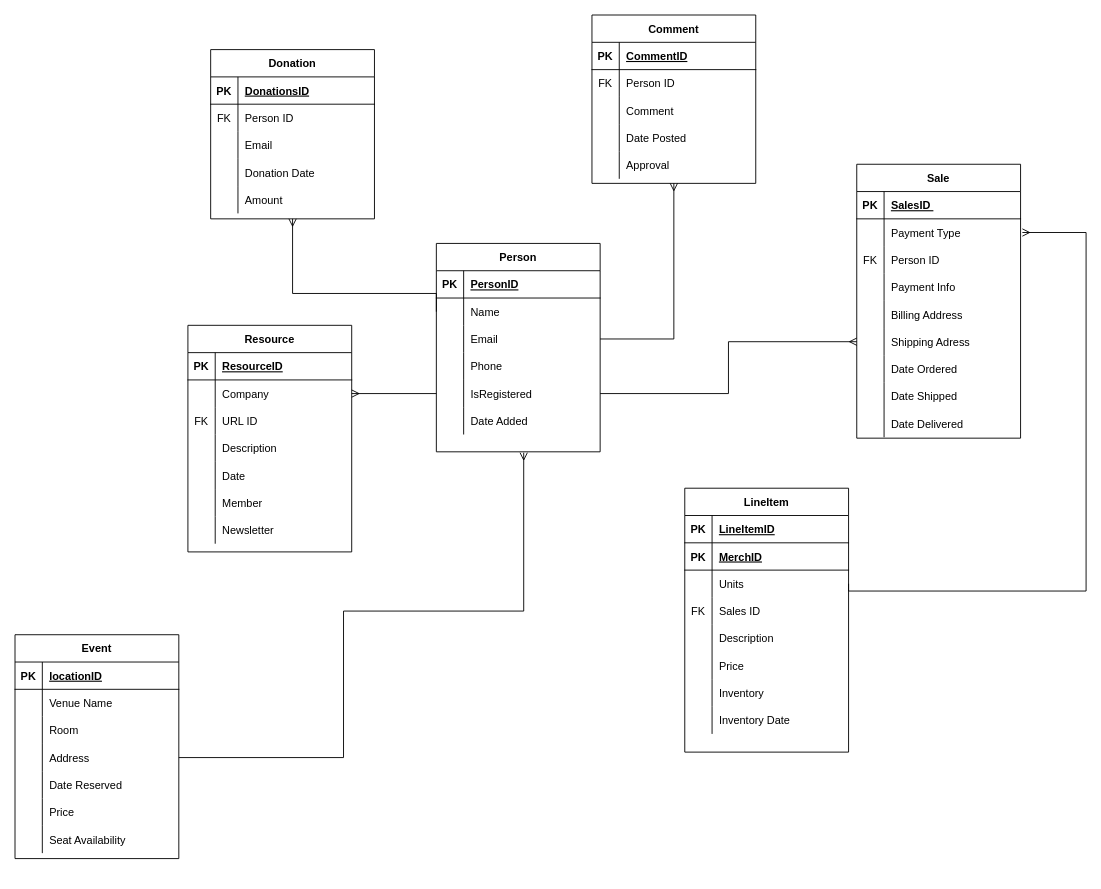
Above: Climate Change Draft .drawio in SemharGezai/Database- (draw.io), before the change. Source tidied: cells renumbered, new cells numbered last; positions are measured from the earlier drawing's top-left corner, leaving out a move shared by most shapes. Both pictures are drawn from the tidied source at 91%, with x=0, y=0 at pixel (15, 15).
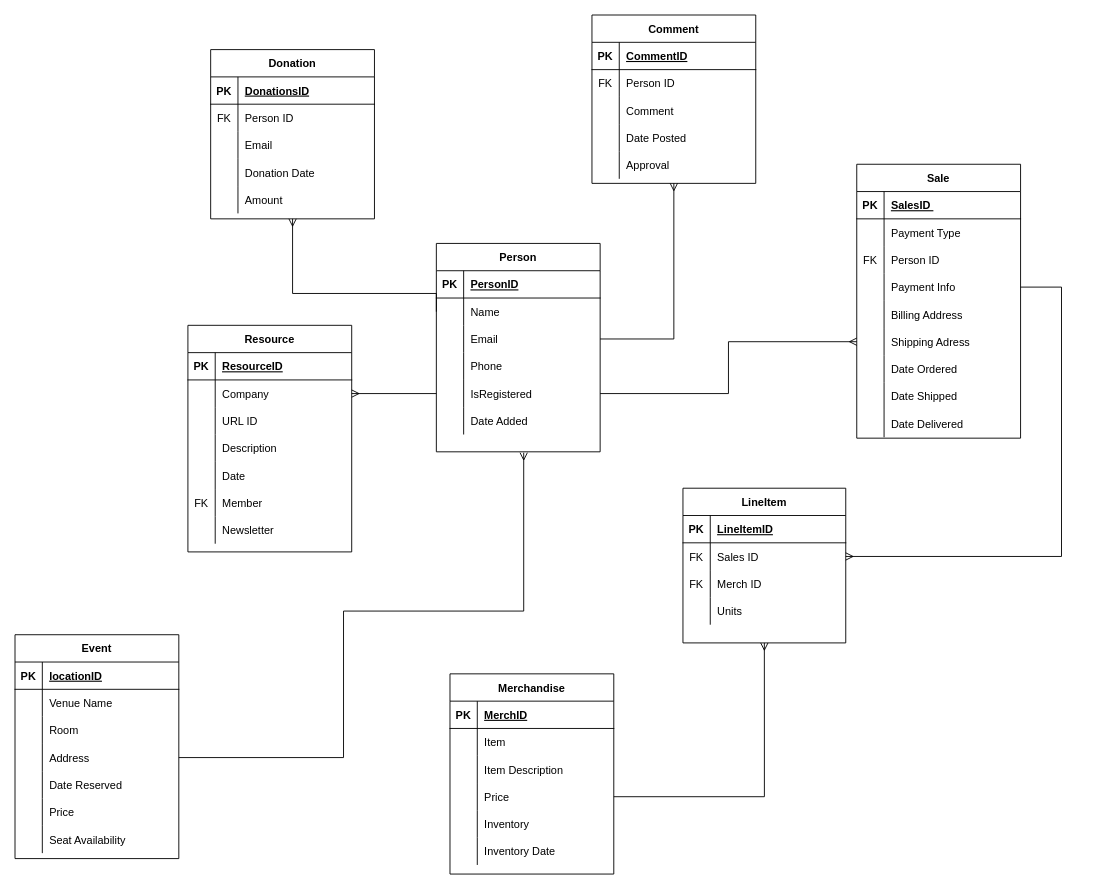
After the change.

The change refers to these unchanged cells:
```xml
<mxCell id="12" style="shape=tableRow;horizontal=0;startSize=0;swimlaneHead=0;swimlaneBody=0;fillColor=none;points=[[0,0.5],[1,0.5]];portConstraint=eastwest;top=0;left=0;right=0;bottom=0;strokeWidth=1;" parent="2" vertex="1">
  <mxGeometry y="120" width="180" height="30" as="geometry" />
</mxCell>
<mxCell id="18" style="shape=tableRow;horizontal=0;startSize=0;swimlaneHead=0;swimlaneBody=0;fillColor=none;points=[[0,0.5],[1,0.5]];portConstraint=eastwest;top=0;left=0;right=0;bottom=0;" parent="2" vertex="1">
  <mxGeometry y="180" width="180" height="30" as="geometry" />
</mxCell>
<mxCell id="34" style="shape=tableRow;horizontal=0;startSize=0;swimlaneHead=0;swimlaneBody=0;fillColor=none;points=[[0,0.5],[1,0.5]];portConstraint=eastwest;top=0;left=0;right=0;bottom=0;strokeWidth=1;" parent="30" vertex="1">
  <mxGeometry y="60" width="180" height="30" as="geometry" />
</mxCell>
<mxCell id="37" style="shape=tableRow;horizontal=0;startSize=0;swimlaneHead=0;swimlaneBody=0;fillColor=none;points=[[0,0.5],[1,0.5]];portConstraint=eastwest;top=0;left=0;right=0;bottom=0;strokeWidth=1;" parent="30" vertex="1">
  <mxGeometry y="90" width="180" height="30" as="geometry" />
</mxCell>
<mxCell id="43" style="shape=tableRow;horizontal=0;startSize=0;swimlaneHead=0;swimlaneBody=0;fillColor=none;points=[[0,0.5],[1,0.5]];portConstraint=eastwest;top=0;left=0;right=0;bottom=0;" parent="30" vertex="1">
  <mxGeometry y="150" width="180" height="30" as="geometry" />
</mxCell>
<mxCell id="49" value="Donation" style="shape=table;startSize=30;childLayout=tableLayout;rowLines=0;fontStyle=1;align=center;strokeWidth=1;" parent="1" vertex="1">
  <mxGeometry x="215" y="38" width="180" height="186" as="geometry" />
</mxCell>
<mxCell id="65" value="Comment" style="shape=table;startSize=30;childLayout=tableLayout;rowLines=0;fontStyle=1;align=center;strokeWidth=1;" parent="1" vertex="1">
  <mxGeometry x="634" width="180" height="185" as="geometry" />
</mxCell>
<mxCell id="85" style="shape=tableRow;horizontal=0;startSize=0;swimlaneHead=0;swimlaneBody=0;fillColor=none;points=[[0,0.5],[1,0.5]];portConstraint=eastwest;top=0;left=0;right=0;bottom=0;strokeWidth=1;" parent="81" vertex="1">
  <mxGeometry y="60" width="180" height="30" as="geometry" />
</mxCell>
<mxCell id="88" style="shape=tableRow;horizontal=0;startSize=0;swimlaneHead=0;swimlaneBody=0;fillColor=none;top=0;left=0;right=0;bottom=0;strokeWidth=1;" parent="81" vertex="1">
  <mxGeometry y="90" width="180" height="30" as="geometry" />
</mxCell>
<mxCell id="97" style="shape=tableRow;horizontal=0;startSize=0;swimlaneHead=0;swimlaneBody=0;fillColor=none;top=0;left=0;right=0;bottom=0;" parent="81" vertex="1">
  <mxGeometry y="180" width="180" height="30" as="geometry" />
</mxCell>
<mxCell id="113" style="shape=tableRow;horizontal=0;startSize=0;swimlaneHead=0;swimlaneBody=0;fillColor=none;points=[[0,0.5],[1,0.5]];portConstraint=eastwest;top=0;left=0;right=0;bottom=0;strokeWidth=1;" parent="103" vertex="1">
  <mxGeometry y="120" width="180" height="30" as="geometry" />
</mxCell>
```

The edit, as a diff of the source:
```diff
@@
-    <mxCell id="89" value="FK" style="shape=partialRectangle;fillColor=none;top=0;left=0;bottom=0;right=0;overflow=hidden;strokeWidth=1;" parent="88" vertex="1">
+    <mxCell id="89" style="shape=partialRectangle;fillColor=none;top=0;left=0;bottom=0;right=0;overflow=hidden;strokeWidth=1;" parent="88" vertex="1">
       <mxGeometry width="30" height="30" as="geometry" />
     </mxCell>
@@
-    <mxCell id="98" style="shape=partialRectangle;fillColor=none;top=0;left=0;bottom=0;right=0;overflow=hidden;" parent="97" vertex="1">
+    <mxCell id="98" value="FK" style="shape=partialRectangle;fillColor=none;top=0;left=0;bottom=0;right=0;overflow=hidden;" parent="97" vertex="1">
       <mxGeometry width="30" height="30" as="geometry" />
     </mxCell>
@@
     <mxCell id="125" value="LineItem" style="shape=table;startSize=30;childLayout=tableLayout;rowLines=0;fontStyle=1;align=center;strokeWidth=1;" parent="1" vertex="1">
-      <mxGeometry x="736" y="520" width="180" height="290" as="geometry" />
+      <mxGeometry x="734" y="520" width="178.9" height="170" as="geometry" />
     </mxCell>
     <mxCell id="126" style="shape=tableRow;horizontal=0;startSize=0;swimlaneHead=0;swimlaneBody=0;fillColor=none;top=0;left=0;right=0;bottom=1;strokeWidth=1;" parent="125" vertex="1">
-      <mxGeometry y="30" width="180" height="30" as="geometry" />
+      <mxGeometry y="30" width="178.9" height="30" as="geometry" />
     </mxCell>
@@
     <mxCell id="128" value="LineItemID" style="shape=partialRectangle;fillColor=none;top=0;left=0;bottom=0;right=0;align=left;spacingLeft=6;fontStyle=5;overflow=hidden;strokeWidth=1;" parent="126" vertex="1">
-      <mxGeometry x="30" width="150" height="30" as="geometry" />
+      <mxGeometry x="30" width="148.9" height="30" as="geometry" />
     </mxCell>
-    <mxCell id="129" style="shape=tableRow;horizontal=0;startSize=0;swimlaneHead=0;swimlaneBody=0;fillColor=none;top=0;left=0;right=0;bottom=1;strokeWidth=1;" parent="125" vertex="1">
-      <mxGeometry y="60" width="180" height="30" as="geometry" />
-    </mxCell>
-    <mxCell id="130" value="PK" style="shape=partialRectangle;fillColor=none;top=0;left=0;bottom=0;right=0;fontStyle=1;overflow=hidden;strokeWidth=1;" parent="129" vertex="1">
-      <mxGeometry width="30" height="30" as="geometry" />
-    </mxCell>
-    <mxCell id="131" value="MerchID" style="shape=partialRectangle;fillColor=none;top=0;left=0;bottom=0;right=0;align=left;spacingLeft=6;fontStyle=5;overflow=hidden;strokeWidth=1;" parent="129" vertex="1">
-      <mxGeometry x="30" width="150" height="30" as="geometry" />
-    </mxCell>
+    <mxCell id="135" style="shape=tableRow;horizontal=0;startSize=0;swimlaneHead=0;swimlaneBody=0;fillColor=none;points=[[0,0.5],[1,0.5]];portConstraint=eastwest;top=0;left=0;right=0;bottom=0;" parent="125" vertex="1">
+      <mxGeometry y="60" width="178.9" height="30" as="geometry" />
+    </mxCell>
+    <mxCell id="136" value="FK" style="shape=partialRectangle;fillColor=none;top=0;left=0;bottom=0;right=0;overflow=hidden;" parent="135" vertex="1">
+      <mxGeometry width="30" height="30" as="geometry" />
+    </mxCell>
+    <mxCell id="137" value="Sales ID" style="shape=partialRectangle;fillColor=none;top=0;left=0;bottom=0;right=0;align=left;spacingLeft=6;overflow=hidden;" parent="135" vertex="1">
+      <mxGeometry x="30" width="148.9" height="30" as="geometry" />
+    </mxCell>
+    <mxCell id="157" style="shape=tableRow;horizontal=0;startSize=0;swimlaneHead=0;swimlaneBody=0;fillColor=none;top=0;left=0;right=0;bottom=0;" parent="125" vertex="1">
+      <mxGeometry y="90" width="178.9" height="30" as="geometry" />
+    </mxCell>
+    <mxCell id="158" value="FK" style="shape=partialRectangle;fillColor=none;top=0;left=0;bottom=0;right=0;overflow=hidden;" parent="157" vertex="1">
+      <mxGeometry width="30" height="30" as="geometry" />
+    </mxCell>
+    <mxCell id="159" value="Merch ID" style="shape=partialRectangle;fillColor=none;top=0;left=0;bottom=0;right=0;align=left;spacingLeft=6;overflow=hidden;" parent="157" vertex="1">
+      <mxGeometry x="30" width="148.9" height="30" as="geometry" />
+    </mxCell>
     <mxCell id="132" style="shape=tableRow;horizontal=0;startSize=0;swimlaneHead=0;swimlaneBody=0;fillColor=none;points=[[0,0.5],[1,0.5]];portConstraint=eastwest;top=0;left=0;right=0;bottom=0;strokeWidth=1;" parent="125" vertex="1">
-      <mxGeometry y="90" width="180" height="30" as="geometry" />
+      <mxGeometry y="120" width="178.9" height="30" as="geometry" />
     </mxCell>
@@
     <mxCell id="134" value="Units " style="shape=partialRectangle;fillColor=none;top=0;left=0;bottom=0;right=0;align=left;spacingLeft=6;overflow=hidden;strokeWidth=1;" parent="132" vertex="1">
-      <mxGeometry x="30" width="150" height="30" as="geometry" />
+      <mxGeometry x="30" width="148.9" height="30" as="geometry" />
     </mxCell>
-    <mxCell id="135" style="shape=tableRow;horizontal=0;startSize=0;swimlaneHead=0;swimlaneBody=0;fillColor=none;points=[[0,0.5],[1,0.5]];portConstraint=eastwest;top=0;left=0;right=0;bottom=0;" parent="125" vertex="1">
-      <mxGeometry y="120" width="180" height="30" as="geometry" />
-    </mxCell>
-    <mxCell id="136" value="FK" style="shape=partialRectangle;fillColor=none;top=0;left=0;bottom=0;right=0;overflow=hidden;" parent="135" vertex="1">
-      <mxGeometry width="30" height="30" as="geometry" />
-    </mxCell>
-    <mxCell id="137" value="Sales ID" style="shape=partialRectangle;fillColor=none;top=0;left=0;bottom=0;right=0;align=left;spacingLeft=6;overflow=hidden;" parent="135" vertex="1">
-      <mxGeometry x="30" width="150" height="30" as="geometry" />
-    </mxCell>
+    <mxCell id="151" style="edgeStyle=orthogonalEdgeStyle;rounded=0;jettySize=auto;html=1;exitX=1;exitY=0.5;exitDx=0;exitDy=0;entryX=0.5;entryY=1;entryDx=0;entryDy=0;" parent="1" edge="1" source="141">
+      <mxGeometry relative="1" as="geometry" />
+    </mxCell>
+    <mxCell id="152" style="edgeStyle=orthogonalEdgeStyle;rounded=0;jettySize=auto;html=1;exitX=1;exitY=0.5;exitDx=0;exitDy=0;endArrow=ERmany;endFill=0;" parent="1" edge="1" source="113">
+      <mxGeometry relative="1" as="geometry">
+        <mxPoint x="559" y="481" as="targetPoint" />
+        <Array as="points">
+          <mxPoint x="361" y="816" />
+          <mxPoint x="361" y="655" />
+          <mxPoint x="559" y="655" />
+        </Array>
+      </mxGeometry>
+    </mxCell>
+    <mxCell id="153" style="edgeStyle=orthogonalEdgeStyle;rounded=0;jettySize=auto;html=1;exitX=0;exitY=0.5;exitDx=0;exitDy=0;entryX=1;entryY=0.5;entryDx=0;entryDy=0;endArrow=ERmany;endFill=0;" parent="1" edge="1" source="43" target="85">
+      <mxGeometry relative="1" as="geometry" />
+    </mxCell>
+    <mxCell id="154" style="edgeStyle=orthogonalEdgeStyle;rounded=0;jettySize=auto;html=1;exitX=1;exitY=0.5;exitDx=0;exitDy=0;entryX=0;entryY=0.5;entryDx=0;entryDy=0;endArrow=ERmany;endFill=0;" parent="1" edge="1" source="43" target="18">
+      <mxGeometry relative="1" as="geometry" />
+    </mxCell>
+    <mxCell id="155" style="edgeStyle=orthogonalEdgeStyle;rounded=0;jettySize=auto;html=1;exitX=1;exitY=0.5;exitDx=0;exitDy=0;entryX=0.5;entryY=1;entryDx=0;entryDy=0;endArrow=ERmany;endFill=0;" parent="1" edge="1" source="37" target="65">
+      <mxGeometry relative="1" as="geometry" />
+    </mxCell>
+    <mxCell id="156" style="edgeStyle=orthogonalEdgeStyle;rounded=0;jettySize=auto;html=1;exitX=0;exitY=0.5;exitDx=0;exitDy=0;entryX=0.5;entryY=1;entryDx=0;entryDy=0;endArrow=ERmany;endFill=0;" parent="1" edge="1" source="34" target="49">
+      <mxGeometry relative="1" as="geometry">
+        <Array as="points">
+          <mxPoint x="463" y="306" />
+          <mxPoint x="305" y="306" />
+        </Array>
+      </mxGeometry>
+    </mxCell>
+    <mxCell id="160" value="Merchandise" style="shape=table;startSize=30;childLayout=tableLayout;rowLines=0;fontStyle=1;align=center;" parent="1" vertex="1">
+      <mxGeometry x="478" y="724" width="180" height="220" as="geometry" />
+    </mxCell>
+    <mxCell id="161" style="shape=tableRow;horizontal=0;startSize=0;swimlaneHead=0;swimlaneBody=0;fillColor=none;top=0;left=0;right=0;bottom=1;" parent="160" vertex="1">
+      <mxGeometry y="30" width="180" height="30" as="geometry" />
+    </mxCell>
+    <mxCell id="130" value="PK" style="shape=partialRectangle;fillColor=none;top=0;left=0;bottom=0;right=0;fontStyle=1;overflow=hidden;" parent="161" vertex="1">
+      <mxGeometry width="30" height="30" as="geometry" />
+    </mxCell>
+    <mxCell id="131" value="MerchID" style="shape=partialRectangle;fillColor=none;top=0;left=0;bottom=0;right=0;align=left;spacingLeft=6;fontStyle=5;overflow=hidden;" parent="161" vertex="1">
+      <mxGeometry x="30" width="150" height="30" as="geometry" />
+    </mxCell>
+    <mxCell id="162" style="shape=tableRow;horizontal=0;startSize=0;swimlaneHead=0;swimlaneBody=0;fillColor=none;top=0;left=0;right=0;bottom=0;" parent="160" vertex="1">
+      <mxGeometry y="60" width="180" height="30" as="geometry" />
+    </mxCell>
+    <mxCell id="163" style="shape=partialRectangle;fillColor=none;top=0;left=0;bottom=0;right=0;overflow=hidden;" parent="162" vertex="1">
+      <mxGeometry width="30" height="30" as="geometry" />
+    </mxCell>
+    <mxCell id="164" value="Item" style="shape=partialRectangle;fillColor=none;top=0;left=0;bottom=0;right=0;align=left;spacingLeft=6;overflow=hidden;" parent="162" vertex="1">
+      <mxGeometry x="30" width="150" height="30" as="geometry" />
+    </mxCell>
-    <mxCell id="138" style="shape=tableRow;horizontal=0;startSize=0;swimlaneHead=0;swimlaneBody=0;fillColor=none;top=0;left=0;right=0;bottom=0;strokeWidth=1;" parent="125" vertex="1">
-      <mxGeometry y="150" width="180" height="30" as="geometry" />
+    <mxCell id="138" style="shape=tableRow;horizontal=0;startSize=0;swimlaneHead=0;swimlaneBody=0;fillColor=none;top=0;left=0;right=0;bottom=0;strokeWidth=1;" parent="160" vertex="1">
+      <mxGeometry y="90" width="180" height="30" as="geometry" />
     </mxCell>
@@
-    <mxCell id="140" value="Description" style="shape=partialRectangle;fillColor=none;top=0;left=0;bottom=0;right=0;align=left;spacingLeft=6;overflow=hidden;strokeWidth=1;" parent="138" vertex="1">
+    <mxCell id="140" value="Item Description" style="shape=partialRectangle;fillColor=none;top=0;left=0;bottom=0;right=0;align=left;spacingLeft=6;overflow=hidden;strokeWidth=1;" parent="138" vertex="1">
       <mxGeometry x="30" width="150" height="30" as="geometry" />
     </mxCell>
-    <mxCell id="141" style="shape=tableRow;horizontal=0;startSize=0;swimlaneHead=0;swimlaneBody=0;fillColor=none;points=[[0,0.5],[1,0.5]];portConstraint=eastwest;top=0;left=0;right=0;bottom=0;strokeWidth=1;" parent="125" vertex="1">
-      <mxGeometry y="180" width="180" height="30" as="geometry" />
+    <mxCell id="141" style="shape=tableRow;horizontal=0;startSize=0;swimlaneHead=0;swimlaneBody=0;fillColor=none;points=[[0,0.5],[1,0.5]];portConstraint=eastwest;top=0;left=0;right=0;bottom=0;strokeWidth=1;" parent="160" vertex="1">
+      <mxGeometry y="120" width="180" height="30" as="geometry" />
     </mxCell>
@@
-    <mxCell id="144" style="shape=tableRow;horizontal=0;startSize=0;swimlaneHead=0;swimlaneBody=0;fillColor=none;top=0;left=0;right=0;bottom=0;" parent="125" vertex="1">
-      <mxGeometry y="210" width="180" height="30" as="geometry" />
+    <mxCell id="144" style="shape=tableRow;horizontal=0;startSize=0;swimlaneHead=0;swimlaneBody=0;fillColor=none;top=0;left=0;right=0;bottom=0;" parent="160" vertex="1">
+      <mxGeometry y="150" width="180" height="30" as="geometry" />
     </mxCell>
@@
-    <mxCell id="147" style="shape=tableRow;horizontal=0;startSize=0;swimlaneHead=0;swimlaneBody=0;fillColor=none;top=0;left=0;right=0;bottom=0;" parent="125" vertex="1">
-      <mxGeometry y="240" width="180" height="30" as="geometry" />
+    <mxCell id="147" style="shape=tableRow;horizontal=0;startSize=0;swimlaneHead=0;swimlaneBody=0;fillColor=none;top=0;left=0;right=0;bottom=0;" parent="160" vertex="1">
+      <mxGeometry y="180" width="180" height="30" as="geometry" />
     </mxCell>
@@
-    <mxCell id="150" style="edgeStyle=orthogonalEdgeStyle;rounded=0;jettySize=auto;html=1;exitX=1;exitY=0.5;exitDx=0;exitDy=0;endArrow=ERmany;endFill=0;" parent="1" edge="1" source="132">
-      <mxGeometry relative="1" as="geometry">
-        <mxPoint x="1107" y="239" as="targetPoint" />
-        <Array as="points">
-          <mxPoint x="916" y="633" />
-          <mxPoint x="1177" y="633" />
-          <mxPoint x="1177" y="239" />
-        </Array>
-      </mxGeometry>
-    </mxCell>
-    <mxCell id="151" style="edgeStyle=orthogonalEdgeStyle;rounded=0;jettySize=auto;html=1;exitX=1;exitY=0.5;exitDx=0;exitDy=0;entryX=0.5;entryY=1;entryDx=0;entryDy=0;" parent="1" edge="1" source="141">
-      <mxGeometry relative="1" as="geometry" />
-    </mxCell>
-    <mxCell id="152" style="edgeStyle=orthogonalEdgeStyle;rounded=0;jettySize=auto;html=1;exitX=1;exitY=0.5;exitDx=0;exitDy=0;endArrow=ERmany;endFill=0;" parent="1" edge="1" source="113">
-      <mxGeometry relative="1" as="geometry">
-        <mxPoint x="559" y="481" as="targetPoint" />
-        <Array as="points">
-          <mxPoint x="361" y="816" />
-          <mxPoint x="361" y="655" />
-          <mxPoint x="559" y="655" />
-        </Array>
-      </mxGeometry>
-    </mxCell>
-    <mxCell id="153" style="edgeStyle=orthogonalEdgeStyle;rounded=0;jettySize=auto;html=1;exitX=0;exitY=0.5;exitDx=0;exitDy=0;entryX=1;entryY=0.5;entryDx=0;entryDy=0;endArrow=ERmany;endFill=0;" parent="1" edge="1" source="43" target="85">
-      <mxGeometry relative="1" as="geometry" />
-    </mxCell>
-    <mxCell id="154" style="edgeStyle=orthogonalEdgeStyle;rounded=0;jettySize=auto;html=1;exitX=1;exitY=0.5;exitDx=0;exitDy=0;entryX=0;entryY=0.5;entryDx=0;entryDy=0;endArrow=ERmany;endFill=0;" parent="1" edge="1" source="43" target="18">
-      <mxGeometry relative="1" as="geometry" />
-    </mxCell>
-    <mxCell id="155" style="edgeStyle=orthogonalEdgeStyle;rounded=0;jettySize=auto;html=1;exitX=1;exitY=0.5;exitDx=0;exitDy=0;entryX=0.5;entryY=1;entryDx=0;entryDy=0;endArrow=ERmany;endFill=0;" parent="1" edge="1" source="37" target="65">
-      <mxGeometry relative="1" as="geometry" />
-    </mxCell>
-    <mxCell id="156" style="edgeStyle=orthogonalEdgeStyle;rounded=0;jettySize=auto;html=1;exitX=0;exitY=0.5;exitDx=0;exitDy=0;entryX=0.5;entryY=1;entryDx=0;entryDy=0;endArrow=ERmany;endFill=0;" parent="1" edge="1" source="34" target="49">
-      <mxGeometry relative="1" as="geometry">
-        <Array as="points">
-          <mxPoint x="463" y="306" />
-          <mxPoint x="305" y="306" />
-        </Array>
-      </mxGeometry>
-    </mxCell>
+    <mxCell id="165" style="edgeStyle=orthogonalEdgeStyle;rounded=0;jettySize=auto;html=1;exitX=1;exitY=0.5;exitDx=0;exitDy=0;entryX=0.5;entryY=1;entryDx=0;entryDy=0;endArrow=ERmany;endFill=0;" parent="1" edge="1" source="141" target="125">
+      <mxGeometry relative="1" as="geometry">
+        <Array as="points">
+          <mxPoint x="824" y="859" />
+        </Array>
+      </mxGeometry>
+    </mxCell>
+    <mxCell id="166" style="edgeStyle=orthogonalEdgeStyle;rounded=0;jettySize=auto;html=1;exitX=1;exitY=0.5;exitDx=0;exitDy=0;entryX=1;entryY=0.5;entryDx=0;entryDy=0;endArrow=ERmany;endFill=0;" parent="1" edge="1" source="12" target="135">
+      <mxGeometry relative="1" as="geometry">
+        <Array as="points">
+          <mxPoint x="1150" y="299" />
+          <mxPoint x="1150" y="595" />
+        </Array>
+      </mxGeometry>
+    </mxCell>
```
